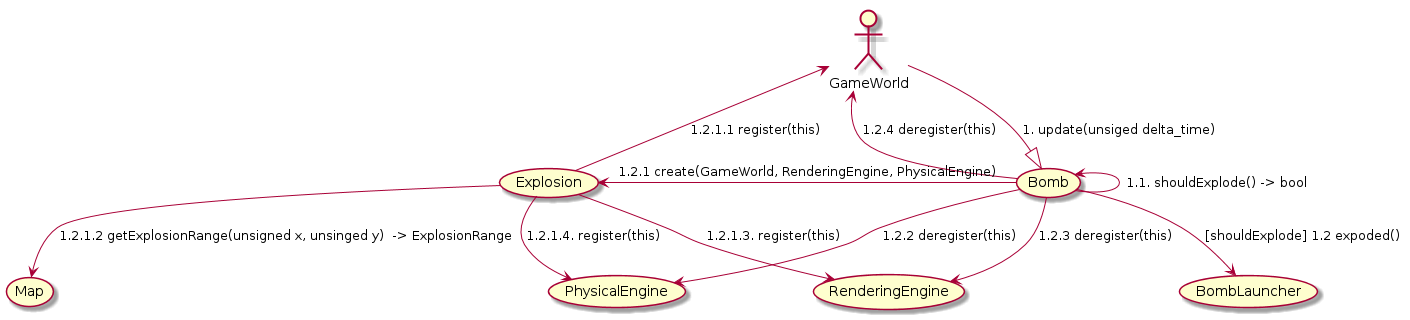
NadzwyczajnaGrupaRobocza/bomberman keeps this PlantUML diagram as docs/img/Communication_UC_2_2.png. Above is the earlier version.
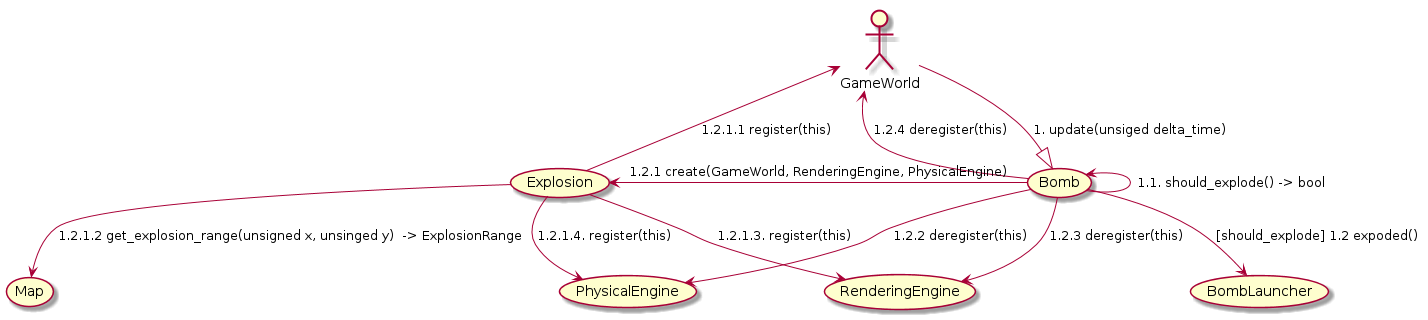
The same file after the commit.

Commit message:
Update function names

What changed in the source:
```diff
@@ -2,15 +2,15 @@
 
 :GameWorld: -down-|> (Bomb) : 1. update(unsiged delta_time)
 
-(Bomb) -up-> (Bomb) : 1.1. shouldExplode() -> bool
-(Bomb) --> (BombLauncher) : [shouldExplode] 1.2 expoded()
+(Bomb) -up-> (Bomb) : 1.1. should_explode() -> bool
+(Bomb) --> (BombLauncher) : [should_explode] 1.2 expoded()
 (Bomb) -left-> (Explosion) : 1.2.1 create(GameWorld, RenderingEngine, PhysicalEngine)
 (Bomb) -down-> (PhysicalEngine) : 1.2.2 deregister(this)
 (Bomb) -down-> (RenderingEngine) : 1.2.3 deregister(this)
 (Bomb) -up-> (GameWorld) : 1.2.4 deregister(this)
 
 (Explosion) -up-> (GameWorld) : 1.2.1.1 register(this)
-(Explosion) --> (Map) : 1.2.1.2 getExplosionRange(unsigned x, unsinged y)  -> ExplosionRange
+(Explosion) --> (Map) : 1.2.1.2 get_explosion_range(unsigned x, unsinged y)  -> ExplosionRange
 (Explosion) -down-> (RenderingEngine) : 1.2.1.3. register(this)
 (Explosion) -down-> (PhysicalEngine) : 1.2.1.4. register(this)
 
```
